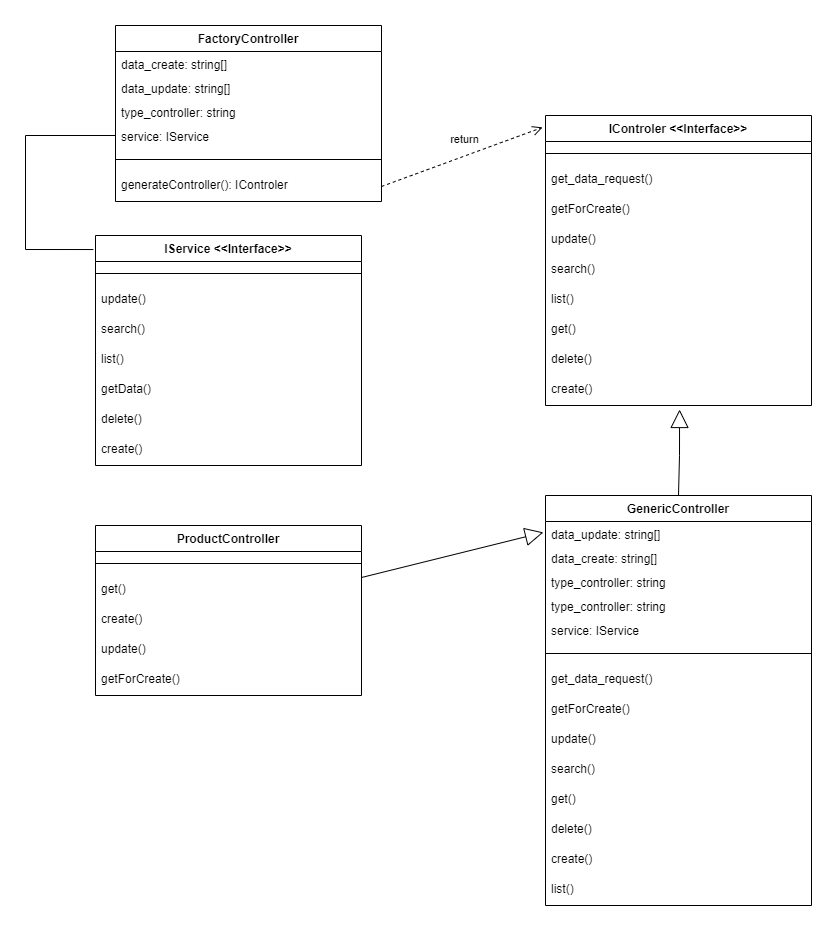
This is public/img/FactoryController.png from murtagh95/crud_typeorm_sqlite, a draw.io export, as it was before one commit. Source tidied: cells renumbered, new cells last; positions are measured from the earlier drawing's top-left corner, leaving out a move shared by most shapes.
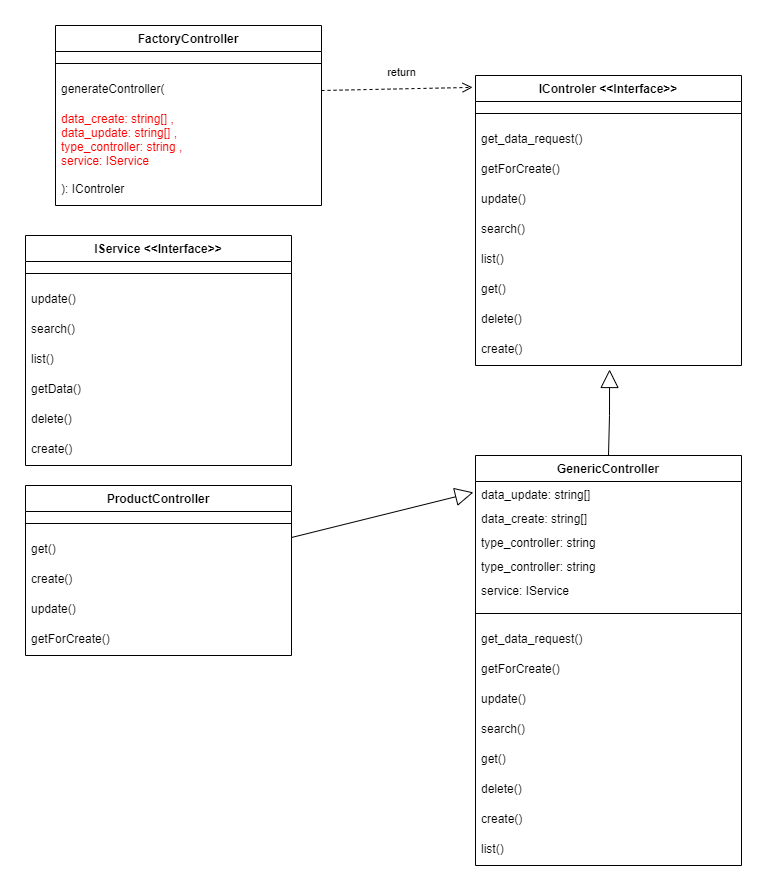
The same diagram one commit later.

Commit message:
eatx(documentación): se agrega como se implemento el patron de diseño en el proyecto

What changed in the source:
```diff
@@ -3,26 +3,20 @@
     <mxCell id="0" />
     <mxCell id="1" parent="0" />
     <mxCell id="2" value="FactoryController" style="swimlane;fontStyle=1;align=center;verticalAlign=top;horizontal=1;startSize=26;" parent="1" vertex="1">
-      <mxGeometry x="90" width="266" height="176" as="geometry" />
+      <mxGeometry x="100" y="40" width="266" height="180" as="geometry" />
     </mxCell>
-    <mxCell id="3" value="data_create: string[]" style="text;strokeColor=none;fillColor=none;align=left;verticalAlign=top;spacingLeft=4;spacingRight=4;overflow=hidden;" parent="2" vertex="1">
-      <mxGeometry y="26" width="266" height="24" as="geometry" />
-    </mxCell>
-    <mxCell id="4" value="data_update: string[]" style="text;strokeColor=none;fillColor=none;align=left;verticalAlign=top;spacingLeft=4;spacingRight=4;overflow=hidden;" parent="2" vertex="1">
-      <mxGeometry y="50" width="266" height="24" as="geometry" />
-    </mxCell>
-    <mxCell id="5" value="type_controller: string" style="text;strokeColor=none;fillColor=none;align=left;verticalAlign=top;spacingLeft=4;spacingRight=4;overflow=hidden;" parent="2" vertex="1">
-      <mxGeometry y="74" width="266" height="24" as="geometry" />
-    </mxCell>
-    <mxCell id="6" value="service: IService" style="text;strokeColor=none;fillColor=none;align=left;verticalAlign=top;spacingLeft=4;spacingRight=4;overflow=hidden;points=[[0,0.5],[1,0.5]];portConstraint=eastwest;" parent="2" vertex="1">
-      <mxGeometry y="98" width="266" height="24" as="geometry" />
-    </mxCell>
     <mxCell id="7" style="line;strokeWidth=1;fillColor=none;align=left;verticalAlign=middle;spacingTop=-1;spacingLeft=3;spacingRight=3;labelPosition=right;" parent="2" vertex="1">
-      <mxGeometry y="122" width="266" height="24" as="geometry" />
+      <mxGeometry y="26" width="266" height="24" as="geometry" />
     </mxCell>
-    <mxCell id="8" value="generateController(): IControler" style="text;strokeColor=none;fillColor=none;align=left;verticalAlign=top;spacingLeft=4;spacingRight=4;overflow=hidden;points=[[0,0.5],[1,0.5]];portConstraint=eastwest;" parent="2" vertex="1">
-      <mxGeometry y="146" width="266" height="30" as="geometry" />
+    <mxCell id="8" value="generateController(" style="text;strokeColor=none;fillColor=none;align=left;verticalAlign=top;spacingLeft=4;spacingRight=4;overflow=hidden;points=[[0,0.5],[1,0.5]];portConstraint=eastwest;fontColor=#000000;" parent="2" vertex="1">
+      <mxGeometry y="50" width="266" height="30" as="geometry" />
     </mxCell>
+    <mxCell id="52" value="data_create: string[] , &#10;data_update: string[] ,&#10;type_controller: string ,&#10;service: IService&#10;" style="text;strokeColor=none;fillColor=none;align=left;verticalAlign=top;spacingLeft=4;spacingRight=4;overflow=hidden;fontColor=#FF0000;" parent="2" vertex="1">
+      <mxGeometry y="80" width="266" height="70" as="geometry" />
+    </mxCell>
+    <mxCell id="53" value="): IControler" style="text;strokeColor=none;fillColor=none;align=left;verticalAlign=top;spacingLeft=4;spacingRight=4;overflow=hidden;fontColor=#000000;" parent="2" vertex="1">
+      <mxGeometry y="150" width="266" height="30" as="geometry" />
+    </mxCell>
     <mxCell id="9" value="IControler &lt;&lt;Interface&gt;&gt;" style="swimlane;fontStyle=1;align=center;verticalAlign=top;horizontal=1;startSize=26;" parent="1" vertex="1">
       <mxGeometry x="520" y="90" width="266" height="290" as="geometry" />
     </mxCell>
@@ -120,7 +114,7 @@
       <mxGeometry y="140" width="266" height="30" as="geometry" />
     </mxCell>
     <mxCell id="41" value="IService &lt;&lt;Interface&gt;&gt;" style="swimlane;fontStyle=1;align=center;verticalAlign=top;horizontal=1;startSize=26;" parent="1" vertex="1">
-      <mxGeometry x="70" y="210" width="266" height="230" as="geometry" />
+      <mxGeometry x="70" y="250" width="266" height="230" as="geometry" />
     </mxCell>
     <mxCell id="42" style="line;strokeWidth=1;fillColor=none;align=left;verticalAlign=middle;spacingTop=-1;spacingLeft=3;spacingRight=3;labelPosition=right;" parent="41" vertex="1">
       <mxGeometry y="26" width="266" height="24" as="geometry" />
@@ -150,14 +144,6 @@
         </Array>
       </mxGeometry>
     </mxCell>
-    <mxCell id="50" style="endArrow=none;html=1;rounded=0;entryX=-0.008;entryY=0.061;entryDx=0;entryDy=0;entryPerimeter=0;exitX=0;exitY=0.5;exitDx=0;exitDy=0;" parent="1" edge="1" source="6" target="41">
-      <mxGeometry relative="1" as="geometry">
-        <Array as="points">
-          <mxPoint y="110" />
-          <mxPoint y="224" />
-        </Array>
-      </mxGeometry>
-    </mxCell>
     <mxCell id="51" style="endArrow=block;endSize=16;endFill=0;html=1;rounded=0;entryX=-0.008;entryY=0.09;entryDx=0;entryDy=0;entryPerimeter=0;" parent="1" edge="1" source="35" target="20">
       <mxGeometry relative="1" as="geometry" />
     </mxCell>
```
